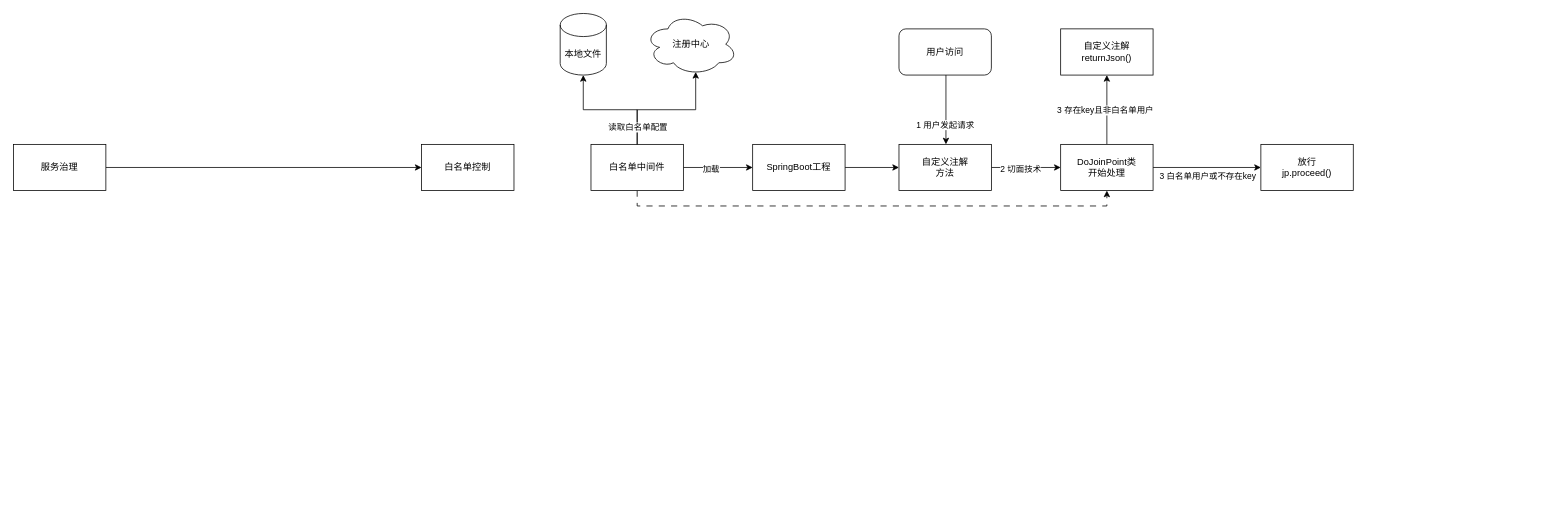
This is diagrams/中间件.drawio from gcloudream/draw, a draw.io file, before an edit. Source tidied: cells renumbered, new cells numbered last; positions are measured from the earlier drawing's top-left corner, leaving out a move shared by most shapes. Both pictures are drawn from the tidied source at 77%, with x=0, y=0 at pixel (13, 13).
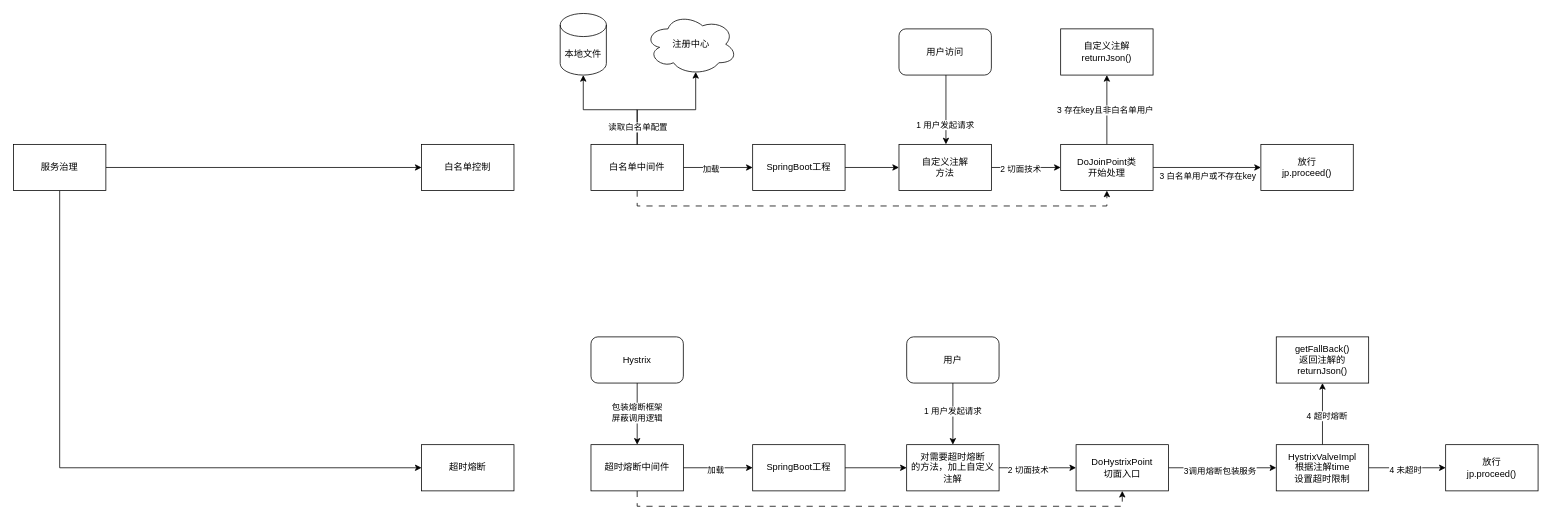
After the change.

Commit message:
更新中间件.drawio

The change refers to these unchanged cells:
```xml
<mxCell id="3" value="服务治理" style="rounded=0;whiteSpace=wrap;html=1;" parent="1" vertex="1">
  <mxGeometry y="170" width="120" height="60" as="geometry" />
</mxCell>
```

What changed in the source:
```diff
@@
+    <mxCell id="29" style="edgeStyle=orthogonalEdgeStyle;rounded=0;jettySize=auto;html=1;exitX=0.5;exitY=1;exitDx=0;exitDy=0;entryX=0;entryY=0.5;entryDx=0;entryDy=0;" parent="1" edge="1" source="3" target="30">
+      <mxGeometry relative="1" as="geometry" />
+    </mxCell>
@@
+    <mxCell id="30" value="超时熔断" style="rounded=0;whiteSpace=wrap;html=1;" parent="1" vertex="1">
+      <mxGeometry x="530" y="560" width="120" height="60" as="geometry" />
+    </mxCell>
+    <mxCell id="31" style="edgeStyle=orthogonalEdgeStyle;rounded=0;jettySize=auto;html=1;exitX=1;exitY=0.5;exitDx=0;exitDy=0;entryX=0;entryY=0.5;entryDx=0;entryDy=0;" parent="1" edge="1" source="34" target="36">
+      <mxGeometry relative="1" as="geometry" />
+    </mxCell>
+    <mxCell id="32" value="加载" style="edgeLabel;html=1;align=center;verticalAlign=middle;" parent="31" vertex="1">
+      <mxGeometry x="-0.09" y="-2" relative="1" as="geometry" />
+    </mxCell>
+    <mxCell id="33" style="edgeStyle=orthogonalEdgeStyle;rounded=0;jettySize=auto;html=1;exitX=0.5;exitY=1;exitDx=0;exitDy=0;entryX=0.5;entryY=1;entryDx=0;entryDy=0;dashed=1;dashPattern=8 8;" parent="1" edge="1" source="34" target="48">
+      <mxGeometry relative="1" as="geometry" />
+    </mxCell>
+    <mxCell id="34" value="超时熔断中间件" style="rounded=0;whiteSpace=wrap;html=1;" parent="1" vertex="1">
+      <mxGeometry x="750" y="560" width="120" height="60" as="geometry" />
+    </mxCell>
+    <mxCell id="35" style="edgeStyle=orthogonalEdgeStyle;rounded=0;jettySize=auto;html=1;exitX=1;exitY=0.5;exitDx=0;exitDy=0;entryX=0;entryY=0.5;entryDx=0;entryDy=0;" parent="1" edge="1" source="36" target="42">
+      <mxGeometry relative="1" as="geometry" />
+    </mxCell>
+    <mxCell id="36" value="SpringBoot工程" style="rounded=0;whiteSpace=wrap;html=1;" parent="1" vertex="1">
+      <mxGeometry x="960" y="560" width="120" height="60" as="geometry" />
+    </mxCell>
+    <mxCell id="37" style="edgeStyle=orthogonalEdgeStyle;rounded=0;jettySize=auto;html=1;exitX=0.5;exitY=1;exitDx=0;exitDy=0;" parent="1" edge="1" source="39" target="34">
+      <mxGeometry relative="1" as="geometry" />
+    </mxCell>
+    <mxCell id="38" value="包装熔断框架&lt;div&gt;屏蔽调用逻辑&lt;/div&gt;" style="edgeLabel;html=1;align=center;verticalAlign=middle;" parent="37" vertex="1">
+      <mxGeometry x="-0.05" y="-1" relative="1" as="geometry" />
+    </mxCell>
+    <mxCell id="39" value="Hystrix" style="rounded=1;whiteSpace=wrap;html=1;" parent="1" vertex="1">
+      <mxGeometry x="750" y="420" width="120" height="60" as="geometry" />
+    </mxCell>
+    <mxCell id="40" style="edgeStyle=orthogonalEdgeStyle;rounded=0;jettySize=auto;html=1;exitX=1;exitY=0.5;exitDx=0;exitDy=0;entryX=0;entryY=0.5;entryDx=0;entryDy=0;" parent="1" edge="1" source="42" target="48">
+      <mxGeometry relative="1" as="geometry" />
+    </mxCell>
+    <mxCell id="41" value="2 切面技术" style="edgeLabel;html=1;align=center;verticalAlign=middle;" parent="40" vertex="1">
+      <mxGeometry x="-0.26" y="-2" relative="1" as="geometry" />
+    </mxCell>
+    <mxCell id="42" value="对需要超时熔断&lt;div&gt;的方法，加上自定义注解&lt;/div&gt;" style="rounded=0;whiteSpace=wrap;html=1;" parent="1" vertex="1">
+      <mxGeometry x="1160" y="560" width="120" height="60" as="geometry" />
+    </mxCell>
+    <mxCell id="43" style="edgeStyle=orthogonalEdgeStyle;rounded=0;jettySize=auto;html=1;exitX=0.5;exitY=1;exitDx=0;exitDy=0;" parent="1" edge="1" source="45" target="42">
+      <mxGeometry relative="1" as="geometry" />
+    </mxCell>
+    <mxCell id="44" value="1 用户发起请求" style="edgeLabel;html=1;align=center;verticalAlign=middle;" parent="43" vertex="1">
+      <mxGeometry x="-0.1" y="-1" relative="1" as="geometry" />
+    </mxCell>
+    <mxCell id="45" value="用户" style="rounded=1;whiteSpace=wrap;html=1;" parent="1" vertex="1">
+      <mxGeometry x="1160" y="420" width="120" height="60" as="geometry" />
+    </mxCell>
+    <mxCell id="46" style="edgeStyle=orthogonalEdgeStyle;rounded=0;jettySize=auto;html=1;exitX=1;exitY=0.5;exitDx=0;exitDy=0;entryX=0;entryY=0.5;entryDx=0;entryDy=0;" parent="1" edge="1" source="48" target="53">
+      <mxGeometry relative="1" as="geometry" />
+    </mxCell>
+    <mxCell id="47" value="3调用熔断包装服务" style="edgeLabel;html=1;align=center;verticalAlign=middle;" parent="46" vertex="1">
+      <mxGeometry x="-0.06" y="-4" relative="1" as="geometry" />
+    </mxCell>
+    <mxCell id="48" value="DoHystrixPoint&lt;div&gt;切面入口&lt;/div&gt;" style="rounded=0;whiteSpace=wrap;html=1;" parent="1" vertex="1">
+      <mxGeometry x="1380" y="560" width="120" height="60" as="geometry" />
+    </mxCell>
+    <mxCell id="49" style="edgeStyle=orthogonalEdgeStyle;rounded=0;jettySize=auto;html=1;exitX=0.5;exitY=0;exitDx=0;exitDy=0;entryX=0.5;entryY=1;entryDx=0;entryDy=0;" parent="1" edge="1" source="53" target="54">
+      <mxGeometry relative="1" as="geometry" />
+    </mxCell>
+    <mxCell id="50" value="4 超时熔断" style="edgeLabel;html=1;align=center;verticalAlign=middle;" parent="49" vertex="1">
+      <mxGeometry x="-0.06" y="-5" relative="1" as="geometry" />
+    </mxCell>
+    <mxCell id="51" style="edgeStyle=orthogonalEdgeStyle;rounded=0;jettySize=auto;html=1;exitX=1;exitY=0.5;exitDx=0;exitDy=0;entryX=0;entryY=0.5;entryDx=0;entryDy=0;" parent="1" edge="1" source="53" target="55">
+      <mxGeometry relative="1" as="geometry" />
+    </mxCell>
+    <mxCell id="52" value="4 未超时" style="edgeLabel;html=1;align=center;verticalAlign=middle;" parent="51" vertex="1">
+      <mxGeometry x="-0.06" y="-2" relative="1" as="geometry" />
+    </mxCell>
+    <mxCell id="53" value="HystrixValveImpl&lt;div&gt;根据注解time&lt;/div&gt;&lt;div&gt;设置超时限制&lt;/div&gt;" style="rounded=0;whiteSpace=wrap;html=1;" parent="1" vertex="1">
+      <mxGeometry x="1640" y="560" width="120" height="60" as="geometry" />
+    </mxCell>
+    <mxCell id="54" value="getFallBack()&lt;div&gt;返回注解的returnJson()&lt;/div&gt;" style="rounded=0;whiteSpace=wrap;html=1;" parent="1" vertex="1">
+      <mxGeometry x="1640" y="420" width="120" height="60" as="geometry" />
+    </mxCell>
+    <mxCell id="55" value="放行&lt;div&gt;jp.proceed()&lt;/div&gt;" style="rounded=0;whiteSpace=wrap;html=1;" parent="1" vertex="1">
+      <mxGeometry x="1860" y="560" width="120" height="60" as="geometry" />
+    </mxCell>
```
